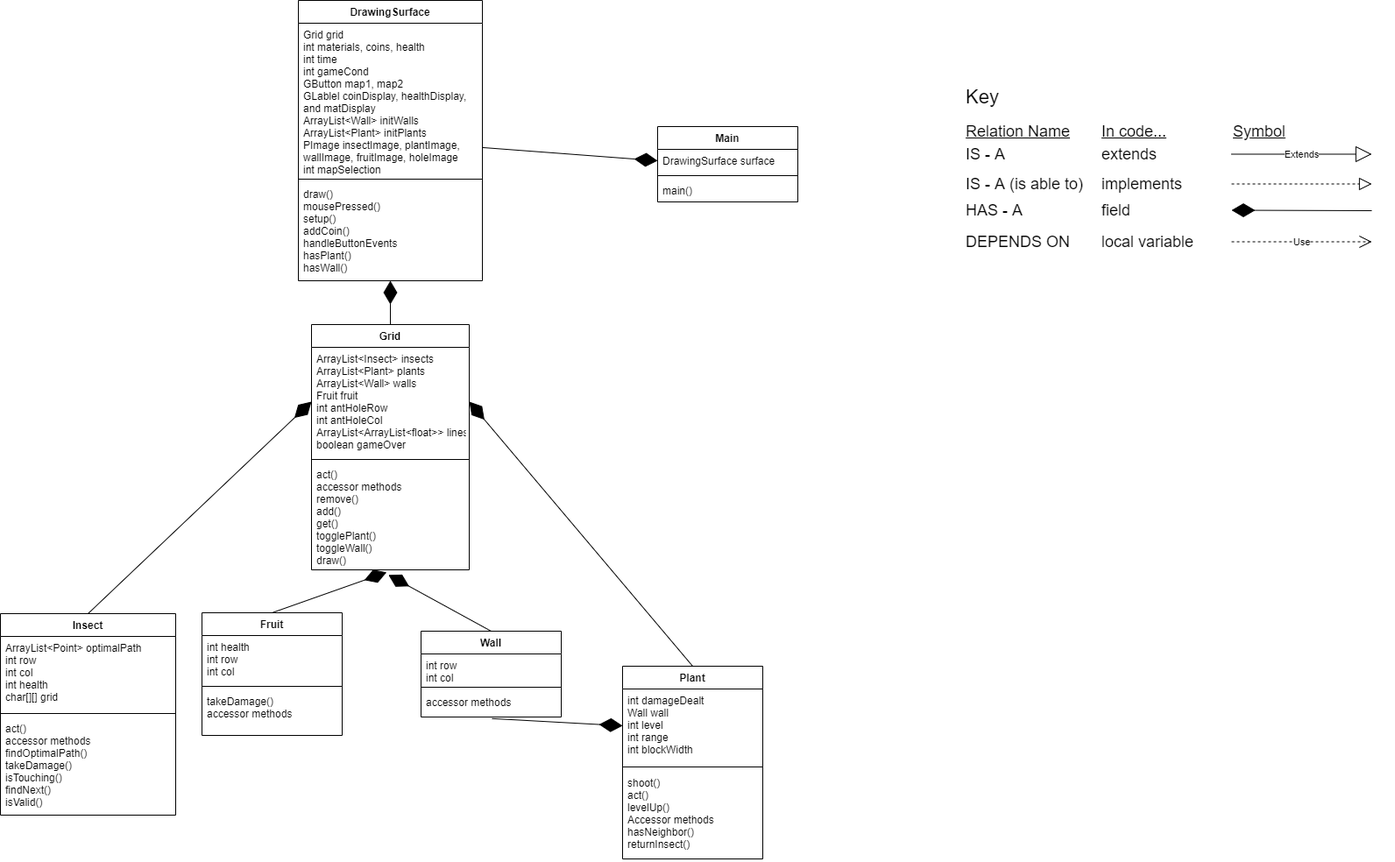
Earlier version of the draw.io export WarOnAnts/doc/UML.png (HHSAPCompSci2020/capstone-project-team-woa). Source tidied: cells renumbered, new cells last; positions are measured from the earlier drawing's top-left corner, leaving out a move shared by most shapes.
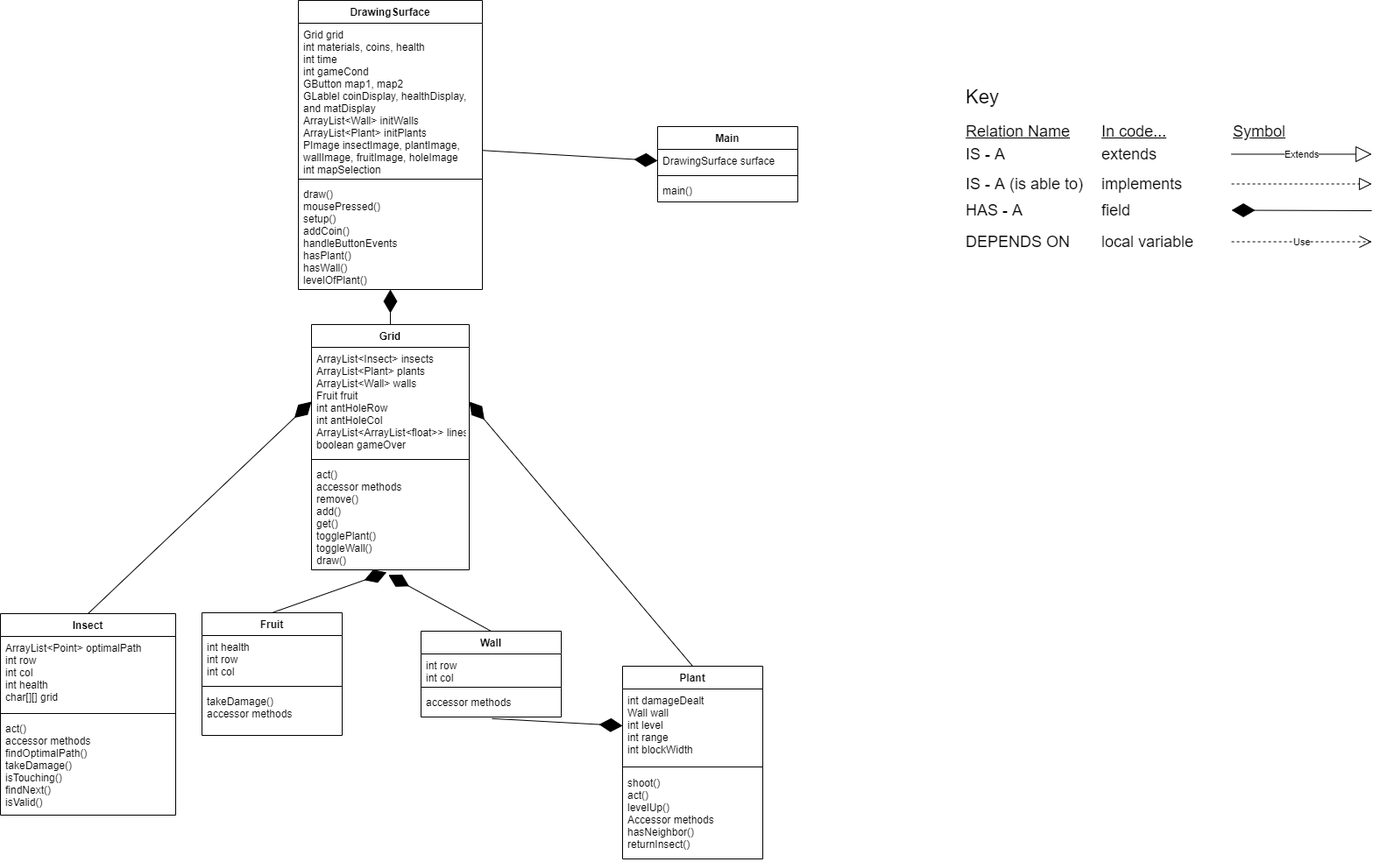
The same diagram one commit later.

The edit, as a diff of the source:
```diff
@@ -63,7 +63,7 @@
       </mxGeometry>
     </mxCell>
     <mxCell id="18" value="DrawingSurface" style="swimlane;fontStyle=1;align=center;verticalAlign=top;horizontal=1;startSize=26;" parent="1" vertex="1">
-      <mxGeometry x="340" width="210" height="320" as="geometry" />
+      <mxGeometry x="340" width="210" height="330" as="geometry" />
     </mxCell>
     <mxCell id="19" value="Grid grid&#10;int materials, coins, health&#10;int time&#10;int gameCond&#10;GButton map1, map2&#10;GLablel coinDisplay, healthDisplay, &#10;and matDisplay&#10;ArrayList&lt;Wall&gt; initWalls&#10;ArrayList&lt;Plant&gt; initPlants&#10;PImage insectImage, plantImage,&#10;wallImage, fruitImage, holeImage&#10;int mapSelection" style="text;strokeColor=none;fillColor=none;align=left;verticalAlign=top;spacingLeft=4;spacingRight=4;overflow=hidden;" parent="18" vertex="1">
       <mxGeometry y="26" width="210" height="174" as="geometry" />
@@ -71,8 +71,8 @@
     <mxCell id="20" style="line;strokeWidth=1;fillColor=none;align=left;verticalAlign=middle;spacingTop=-1;spacingLeft=3;spacingRight=3;labelPosition=right;" parent="18" vertex="1">
       <mxGeometry y="200" width="210" height="8" as="geometry" />
     </mxCell>
-    <mxCell id="21" value="draw()&#10;mousePressed()&#10;setup()&#10;addCoin()&#10;handleButtonEvents&#10;hasPlant()&#10;hasWall()" style="text;strokeColor=none;fillColor=none;align=left;verticalAlign=top;spacingLeft=4;spacingRight=4;overflow=hidden;points=[[0,0.5],[1,0.5]];portConstraint=eastwest;" parent="18" vertex="1">
-      <mxGeometry y="208" width="210" height="112" as="geometry" />
+    <mxCell id="21" value="draw()&#10;mousePressed()&#10;setup()&#10;addCoin()&#10;handleButtonEvents&#10;hasPlant()&#10;hasWall()&#10;levelOfPlant()" style="text;strokeColor=none;fillColor=none;align=left;verticalAlign=top;spacingLeft=4;spacingRight=4;overflow=hidden;points=[[0,0.5],[1,0.5]];portConstraint=eastwest;" parent="18" vertex="1">
+      <mxGeometry y="208" width="210" height="122" as="geometry" />
     </mxCell>
     <mxCell id="22" value="Grid" style="swimlane;fontStyle=1;align=center;verticalAlign=top;horizontal=1;startSize=26;" parent="1" vertex="1">
       <mxGeometry x="355" y="370" width="180" height="280" as="geometry" />
```
